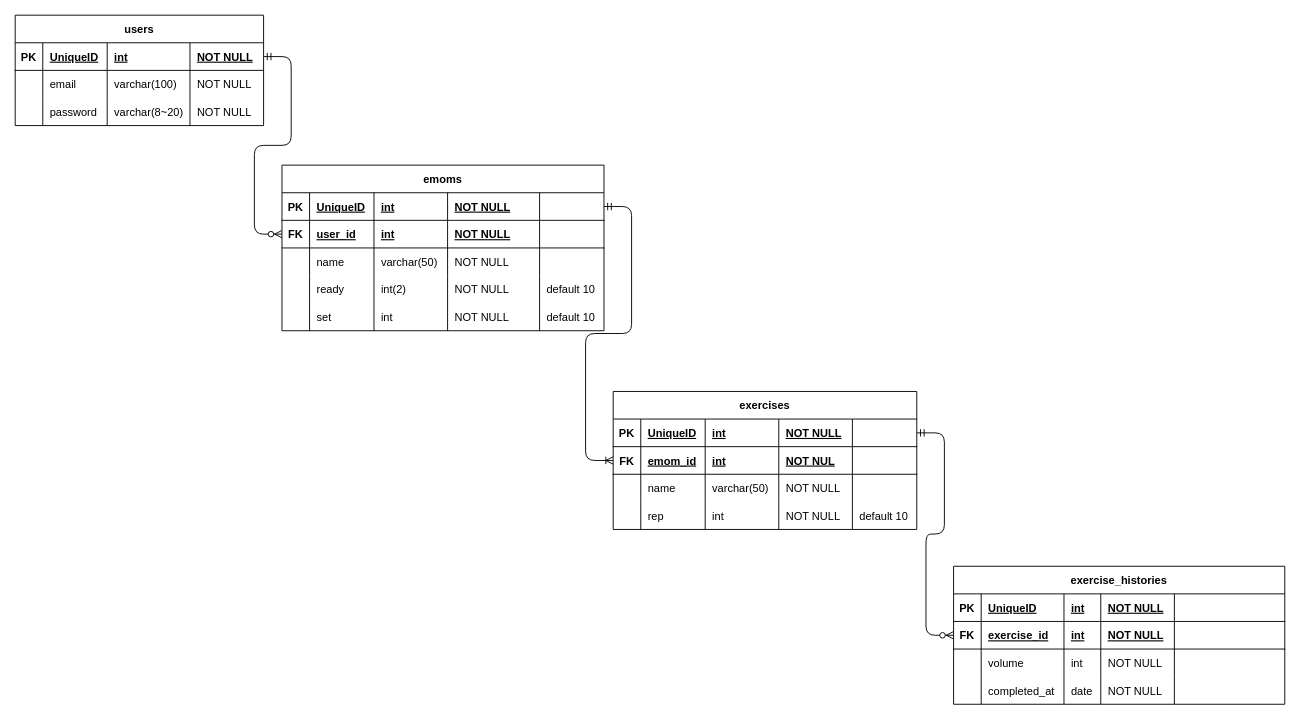
The draw.io diagram blueprints/emompath_ER.dio in Shuheitkhs/emompath, before the edit. Source tidied: cells renumbered, new cells numbered last; positions are measured from the earlier drawing's top-left corner, leaving out a move shared by most shapes. Both pictures are drawn from the tidied source at 92%, with x=0, y=0 at pixel (15, 15).
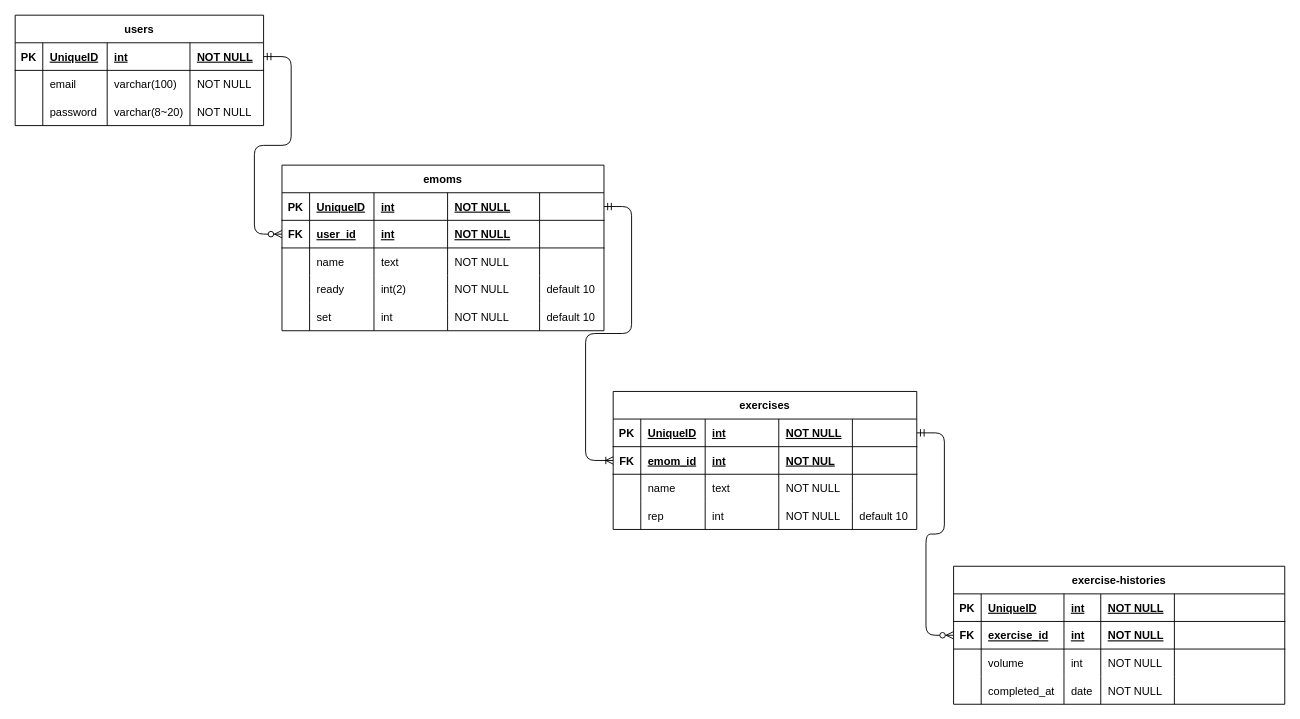
After the change.

Unchanged cells that the change refers to:
```xml
<mxCell id="31" style="shape=tableRow;horizontal=0;startSize=0;swimlaneHead=0;swimlaneBody=0;fillColor=none;top=0;left=0;right=0;bottom=0;" parent="18" vertex="1">
  <mxGeometry y="90" width="350" height="30" as="geometry" />
</mxCell>
<mxCell id="62" style="shape=tableRow;horizontal=0;startSize=0;swimlaneHead=0;swimlaneBody=0;fillColor=none;top=0;left=0;right=0;bottom=0;" parent="49" vertex="1">
  <mxGeometry y="90" width="330" height="30" as="geometry" />
</mxCell>
```

What changed in the source:
```diff
@@
-    <mxCell id="34" value="varchar(50)" style="shape=partialRectangle;fillColor=none;top=0;left=0;bottom=0;right=0;align=left;spacingLeft=6;overflow=hidden;" parent="31" vertex="1">
+    <mxCell id="34" value="text" style="shape=partialRectangle;fillColor=none;top=0;left=0;bottom=0;right=0;align=left;spacingLeft=6;overflow=hidden;" parent="31" vertex="1">
       <mxGeometry x="100" width="80" height="30" as="geometry" />
     </mxCell>
@@
-    <mxCell id="65" value="varchar(50)" style="shape=partialRectangle;fillColor=none;top=0;left=0;bottom=0;right=0;align=left;spacingLeft=6;overflow=hidden;" parent="62" vertex="1">
+    <mxCell id="65" value="text" style="shape=partialRectangle;fillColor=none;top=0;left=0;bottom=0;right=0;align=left;spacingLeft=6;overflow=hidden;" parent="62" vertex="1">
       <mxGeometry x="100" width="80" height="30" as="geometry" />
     </mxCell>
@@
-    <mxCell id="74" value="exercise_histories" style="shape=table;startSize=30;childLayout=tableLayout;rowLines=0;fontStyle=1;align=center;" parent="1" vertex="1">
+    <mxCell id="74" value="exercise-histories" style="shape=table;startSize=30;childLayout=tableLayout;rowLines=0;fontStyle=1;align=center;" parent="1" vertex="1">
       <mxGeometry x="1020" y="599" width="360" height="150" as="geometry" />
     </mxCell>
```
